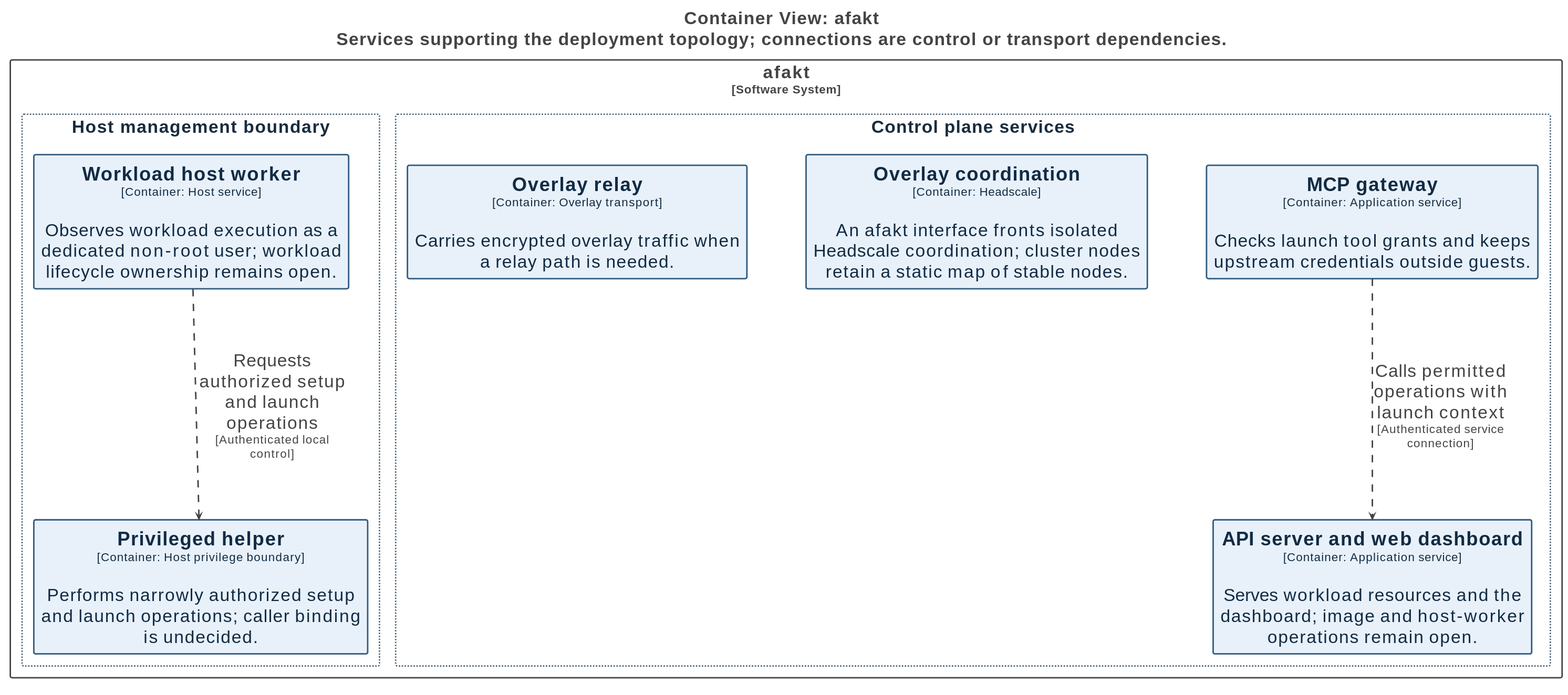
The PlantUML diagram docs/diagrams/structurizr-network-service-boundaries.svg in tbhb-dev/afakt, before a commit. Its source is kept beside it as docs/diagrams/structurizr-network-service-boundaries.puml.
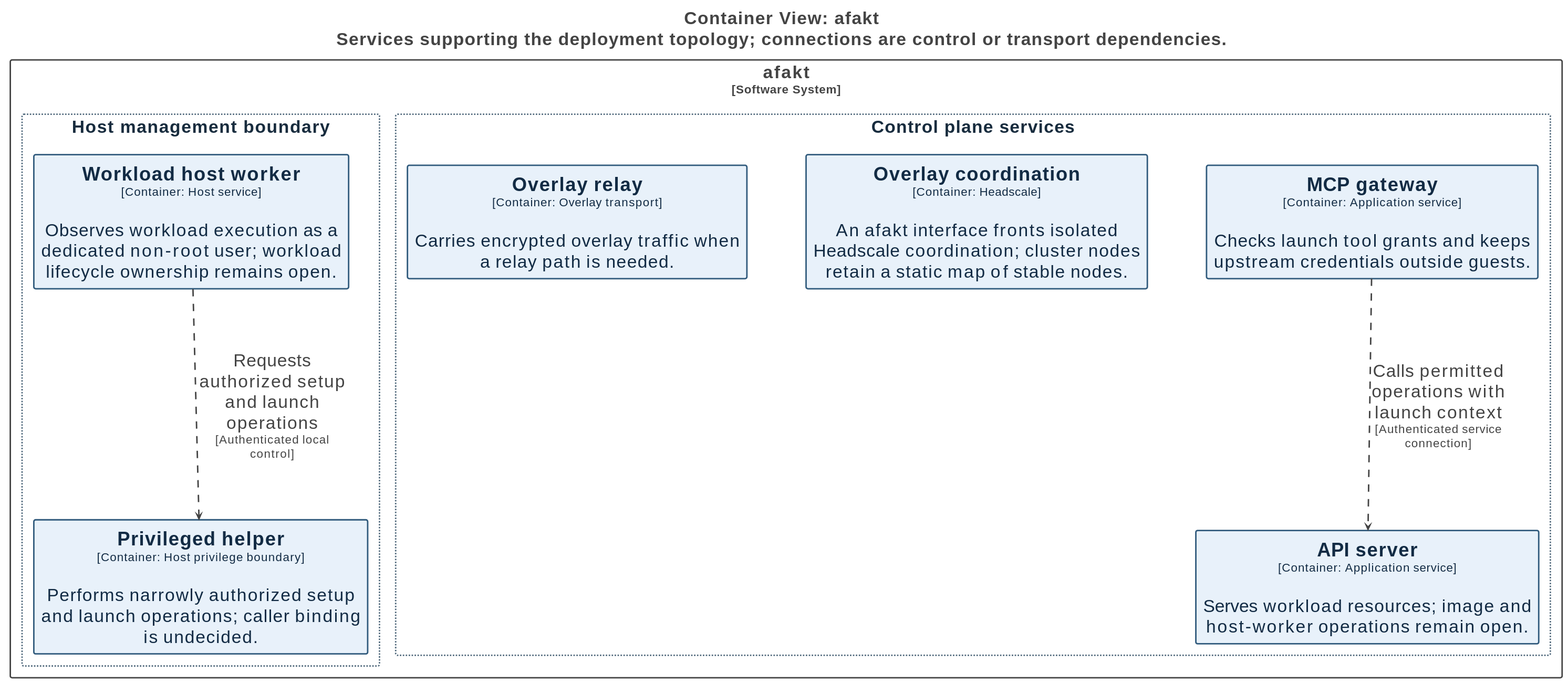
Above is the later version.

What changed in the source:
```diff
@@ -74,14 +74,14 @@
 </style>
 
 rectangle "afakt\n<size:16>[Software System]</size>" <<Boundary-YWZha3Q=>> {
-  rectangle "Control plane services" <<Group-Q29udHJvbCBwbGFuZSBzZXJ2aWNlcw==>> as group1 {
-    rectangle "==API server and web dashboard\n<size:16>[Container: Application service]</size>\n\nServes workload resources and the dashboard; image and host-worker operations remain open." <<Element-RWxlbWVudCxUb3BvbG9neQ==>> as afakt.APIserverandwebdashboard
+  rectangle "Control plane services" <<Group-Q29udHJvbCBwbGFuZSBzZXJ2aWNlcw==>> as group2 {
+    rectangle "==API server\n<size:16>[Container: Application service]</size>\n\nServes workload resources; image and host-worker operations remain open." <<Element-RWxlbWVudCxUb3BvbG9neQ==>> as afakt.APIserver
     rectangle "==MCP gateway\n<size:16>[Container: Application service]</size>\n\nChecks launch tool grants and keeps upstream credentials outside guests." <<Element-RWxlbWVudCxUb3BvbG9neQ==>> as afakt.MCPgateway
     rectangle "==Overlay coordination\n<size:16>[Container: Headscale]</size>\n\nAn afakt interface fronts isolated Headscale coordination; cluster nodes retain a static map of stable nodes." <<Element-RWxlbWVudCxUb3BvbG9neQ==>> as afakt.Overlaycoordination
     rectangle "==Overlay relay\n<size:16>[Container: Overlay transport]</size>\n\nCarries encrypted overlay traffic when a relay path is needed." <<Element-RWxlbWVudCxUb3BvbG9neQ==>> as afakt.Overlayrelay
   }
 
-  rectangle "Host management boundary" <<Group-SG9zdCBtYW5hZ2VtZW50IGJvdW5kYXJ5>> as group2 {
+  rectangle "Host management boundary" <<Group-SG9zdCBtYW5hZ2VtZW50IGJvdW5kYXJ5>> as group3 {
     rectangle "==Workload host worker\n<size:16>[Container: Host service]</size>\n\nObserves workload execution as a dedicated non-root user; workload lifecycle ownership remains open." <<Element-RWxlbWVudCxUb3BvbG9neQ==>> as afakt.Workloadhostworker
     rectangle "==Privileged helper\n<size:16>[Container: Host privilege boundary]</size>\n\nPerforms narrowly authorized setup and launch operations; caller binding is undecided." <<Element-RWxlbWVudCxUb3BvbG9neQ==>> as afakt.Privilegedhelper
   }
@@ -89,6 +89,6 @@
 }
 
 afakt.Workloadhostworker --> afakt.Privilegedhelper <<Relationship-UmVsYXRpb25zaGlw>> : "Requests authorized setup and launch operations\n<size:16>[Authenticated local control]</size>"
-afakt.MCPgateway --> afakt.APIserverandwebdashboard <<Relationship-UmVsYXRpb25zaGlw>> : "Calls permitted operations with launch context\n<size:16>[Authenticated service connection]</size>"
+afakt.MCPgateway --> afakt.APIserver <<Relationship-UmVsYXRpb25zaGlw>> : "Calls permitted operations with launch context\n<size:16>[Authenticated service connection]</size>"
 
 @enduml
```
